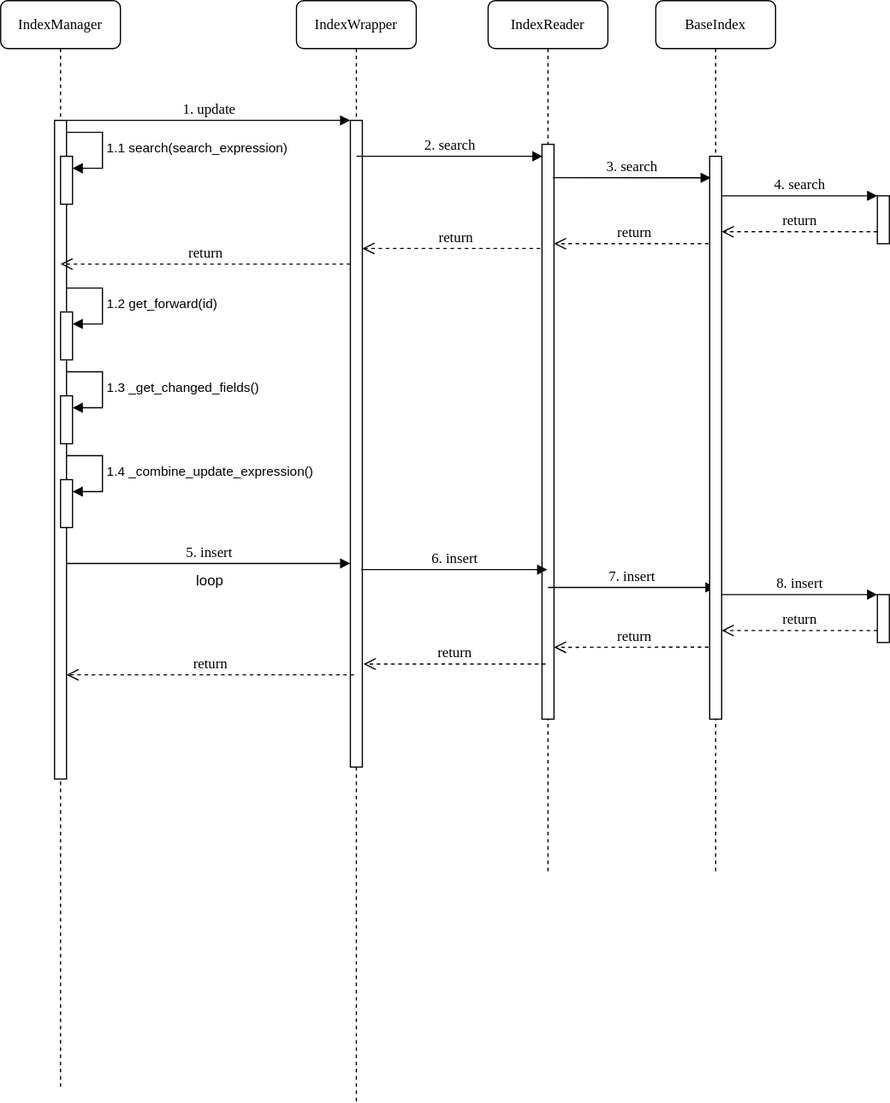
The draw.io diagram memdb_update时序图.drawio.svg in gaochenxi/drawio, before a commit. Source tidied: cells renumbered, new cells last; positions are measured from the earlier drawing's top-left corner, leaving out a move shared by most shapes.
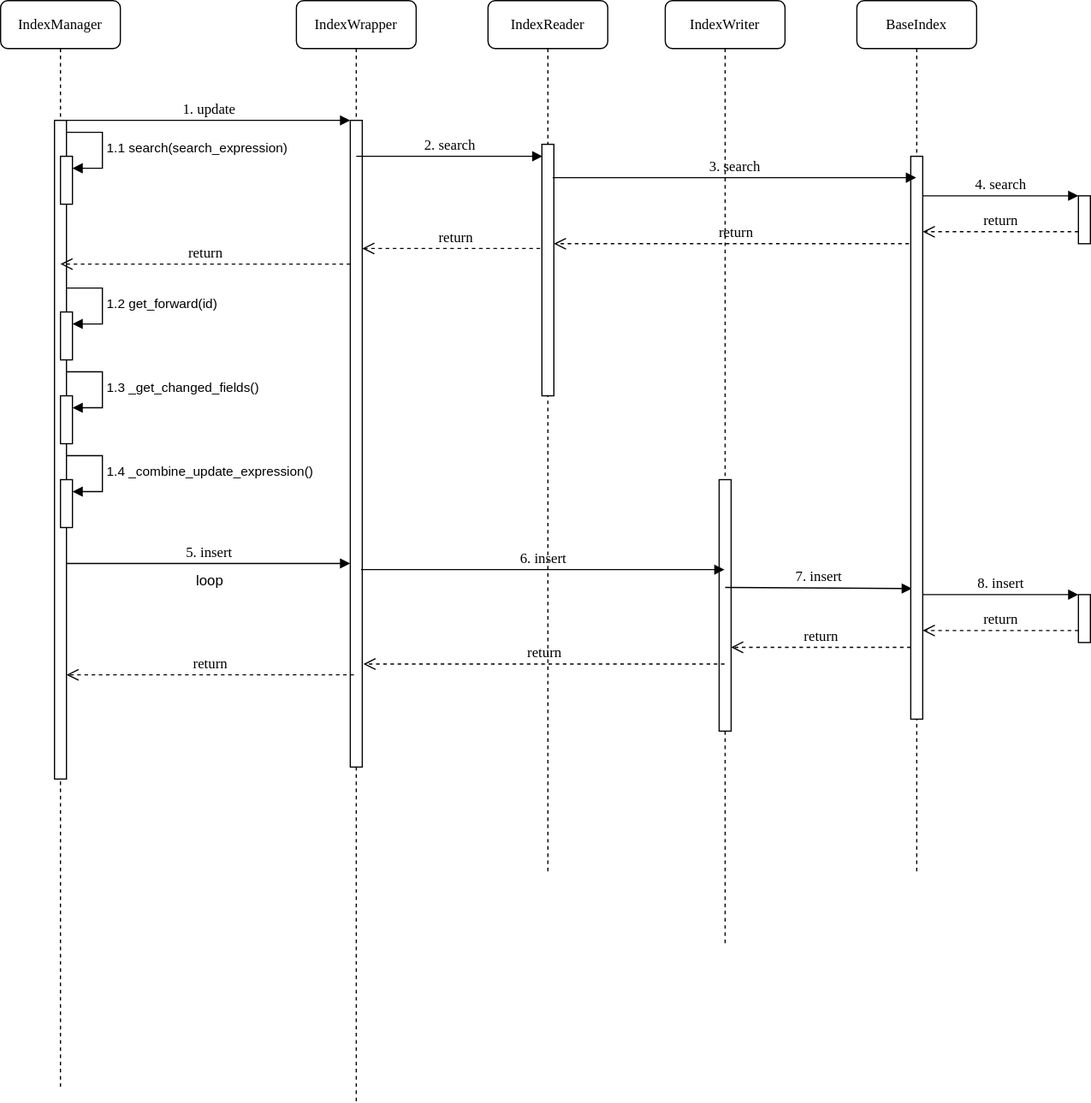
After the change.

Commit message:
更新memdb_update时序图.drawio.svg

Diff of the diagram source:
```diff
@@ -2,6 +2,25 @@
   <root>
     <mxCell id="0" />
     <mxCell id="1" parent="0" />
+    <mxCell id="41" value="IndexWriter" style="shape=umlLifeline;perimeter=lifelinePerimeter;whiteSpace=wrap;html=1;outlineConnect=0;rounded=1;shadow=0;comic=0;labelBackgroundColor=none;strokeWidth=1;fontFamily=Verdana;fontSize=12;align=center;" parent="1" vertex="1">
+      <mxGeometry x="555" width="100" height="790" as="geometry" />
+    </mxCell>
+    <mxCell id="42" style="html=1;perimeter=orthogonalPerimeter;rounded=0;shadow=0;comic=0;labelBackgroundColor=none;strokeWidth=1;fontFamily=Verdana;fontSize=12;align=center;" parent="41" vertex="1">
+      <mxGeometry x="45" y="400" width="10" height="210" as="geometry" />
+    </mxCell>
+    <mxCell id="9" value="7. insert" style="html=1;verticalAlign=bottom;endArrow=block;labelBackgroundColor=none;fontFamily=Verdana;fontSize=12;elbow=vertical;entryX=0.1;entryY=0.768;entryDx=0;entryDy=0;entryPerimeter=0;" parent="41" edge="1" target="28">
+      <mxGeometry relative="1" as="geometry">
+        <mxPoint x="50" y="490" as="sourcePoint" />
+      </mxGeometry>
+    </mxCell>
+    <mxCell id="10" value="return" style="html=1;verticalAlign=bottom;endArrow=open;dashed=1;endSize=8;labelBackgroundColor=none;fontFamily=Verdana;fontSize=12;edgeStyle=elbowEdgeStyle;elbow=vertical;" parent="41" edge="1" source="28">
+      <mxGeometry relative="1" as="geometry">
+        <mxPoint x="55" y="540" as="targetPoint" />
+        <Array as="points">
+          <mxPoint x="160" y="540" />
+        </Array>
+      </mxGeometry>
+    </mxCell>
     <mxCell id="2" value="IndexWrapper" style="shape=umlLifeline;perimeter=lifelinePerimeter;whiteSpace=wrap;html=1;rounded=1;shadow=0;comic=0;labelBackgroundColor=none;strokeWidth=1;fontFamily=Verdana;fontSize=12;align=center;" parent="1" vertex="1">
       <mxGeometry x="247" width="100" height="920" as="geometry" />
     </mxCell>
@@ -24,30 +43,15 @@
       <mxGeometry x="407" width="100" height="730" as="geometry" />
     </mxCell>
     <mxCell id="7" style="html=1;perimeter=orthogonalPerimeter;rounded=0;shadow=0;comic=0;labelBackgroundColor=none;strokeWidth=1;fontFamily=Verdana;fontSize=12;align=center;" parent="6" vertex="1">
-      <mxGeometry x="45" y="120" width="10" height="480" as="geometry" />
+      <mxGeometry x="45" y="120" width="10" height="210" as="geometry" />
     </mxCell>
-    <mxCell id="8" value="return" style="html=1;verticalAlign=bottom;endArrow=open;dashed=1;endSize=8;labelBackgroundColor=none;fontFamily=Verdana;fontSize=12;elbow=vertical;exitX=0.5;exitY=0.667;exitDx=0;exitDy=0;exitPerimeter=0;" parent="6" edge="1">
+    <mxCell id="8" value="return" style="html=1;verticalAlign=bottom;endArrow=open;dashed=1;endSize=8;labelBackgroundColor=none;fontFamily=Verdana;fontSize=12;elbow=vertical;" parent="6" edge="1" source="11">
       <mxGeometry relative="1" as="geometry">
-        <mxPoint x="190" y="203" as="sourcePoint" />
         <mxPoint x="55" y="203" as="targetPoint" />
       </mxGeometry>
     </mxCell>
-    <mxCell id="9" value="7. insert" style="html=1;verticalAlign=bottom;endArrow=block;labelBackgroundColor=none;fontFamily=Verdana;fontSize=12;elbow=vertical;" parent="6" edge="1">
-      <mxGeometry relative="1" as="geometry">
-        <mxPoint x="50" y="490" as="sourcePoint" />
-        <mxPoint x="190" y="490" as="targetPoint" />
-      </mxGeometry>
-    </mxCell>
-    <mxCell id="10" value="return" style="html=1;verticalAlign=bottom;endArrow=open;dashed=1;endSize=8;labelBackgroundColor=none;fontFamily=Verdana;fontSize=12;edgeStyle=elbowEdgeStyle;elbow=vertical;exitX=0.5;exitY=0.872;exitDx=0;exitDy=0;exitPerimeter=0;" parent="6" edge="1" source="28">
-      <mxGeometry relative="1" as="geometry">
-        <mxPoint x="55" y="540" as="targetPoint" />
-        <Array as="points">
-          <mxPoint x="160" y="540" />
-        </Array>
-      </mxGeometry>
-    </mxCell>
     <mxCell id="11" value="BaseIndex" style="shape=umlLifeline;perimeter=lifelinePerimeter;whiteSpace=wrap;html=1;outlineConnect=0;rounded=1;shadow=0;comic=0;labelBackgroundColor=none;strokeWidth=1;fontFamily=Verdana;fontSize=12;align=center;" parent="1" vertex="1">
-      <mxGeometry x="547" width="100" height="730" as="geometry" />
+      <mxGeometry x="715" width="100" height="730" as="geometry" />
     </mxCell>
     <mxCell id="12" value="IndexManager" style="shape=umlLifeline;perimeter=lifelinePerimeter;whiteSpace=wrap;html=1;rounded=1;shadow=0;comic=0;labelBackgroundColor=none;strokeWidth=1;fontFamily=Verdana;fontSize=12;align=center;" parent="1" vertex="1">
       <mxGeometry width="100" height="910" as="geometry" />
@@ -124,31 +128,30 @@
       </mxGeometry>
     </mxCell>
     <mxCell id="28" style="html=1;points=[];perimeter=orthogonalPerimeter;rounded=0;shadow=0;comic=0;labelBackgroundColor=none;strokeWidth=1;fontFamily=Verdana;fontSize=12;align=center;" parent="1" vertex="1">
-      <mxGeometry x="592" y="130" width="10" height="470" as="geometry" />
+      <mxGeometry x="760" y="130" width="10" height="470" as="geometry" />
     </mxCell>
-    <mxCell id="29" value="3. search" style="html=1;verticalAlign=bottom;endArrow=block;labelBackgroundColor=none;fontFamily=Verdana;fontSize=12;elbow=vertical;exitX=0.9;exitY=0.086;exitDx=0;exitDy=0;exitPerimeter=0;entryX=0.1;entryY=0.046;entryDx=0;entryDy=0;entryPerimeter=0;" parent="1" edge="1">
+    <mxCell id="29" value="3. search" style="html=1;verticalAlign=bottom;endArrow=block;labelBackgroundColor=none;fontFamily=Verdana;fontSize=12;elbow=vertical;exitX=0.9;exitY=0.086;exitDx=0;exitDy=0;exitPerimeter=0;" parent="1" edge="1" target="11">
       <mxGeometry relative="1" as="geometry">
         <mxPoint x="461" y="147.8" as="sourcePoint" />
-        <mxPoint x="593" y="147.9" as="targetPoint" />
       </mxGeometry>
     </mxCell>
     <mxCell id="30" style="html=1;points=[];perimeter=orthogonalPerimeter;rounded=0;shadow=0;comic=0;labelBackgroundColor=none;strokeWidth=1;fontFamily=Verdana;fontSize=12;align=center;" parent="1" vertex="1">
-      <mxGeometry x="732" y="163" width="10" height="40" as="geometry" />
+      <mxGeometry x="900" y="163" width="10" height="40" as="geometry" />
     </mxCell>
     <mxCell id="31" value="4. search" style="html=1;verticalAlign=bottom;endArrow=block;entryX=0;entryY=0;labelBackgroundColor=none;fontFamily=Verdana;fontSize=12;edgeStyle=elbowEdgeStyle;elbow=vertical;" parent="1" edge="1" target="30">
       <mxGeometry relative="1" as="geometry">
-        <mxPoint x="602" y="163" as="sourcePoint" />
+        <mxPoint x="770" y="163" as="sourcePoint" />
         <Array as="points">
-          <mxPoint x="627" y="163" />
+          <mxPoint x="795" y="163" />
         </Array>
       </mxGeometry>
     </mxCell>
     <mxCell id="32" value="return" style="html=1;verticalAlign=bottom;endArrow=open;dashed=1;endSize=8;labelBackgroundColor=none;fontFamily=Verdana;fontSize=12;edgeStyle=elbowEdgeStyle;elbow=vertical;" parent="1" edge="1" source="30">
       <mxGeometry relative="1" as="geometry">
-        <mxPoint x="602" y="193" as="targetPoint" />
+        <mxPoint x="770" y="193" as="targetPoint" />
         <Array as="points">
-          <mxPoint x="677" y="193" />
-          <mxPoint x="707" y="193" />
+          <mxPoint x="845" y="193" />
+          <mxPoint x="875" y="193" />
         </Array>
       </mxGeometry>
     </mxCell>
@@ -156,25 +159,24 @@
       <mxGeometry relative="1" as="geometry" />
     </mxCell>
     <mxCell id="34" style="html=1;points=[];perimeter=orthogonalPerimeter;rounded=0;shadow=0;comic=0;labelBackgroundColor=none;strokeWidth=1;fontFamily=Verdana;fontSize=12;align=center;" parent="1" vertex="1">
-      <mxGeometry x="732" y="496" width="10" height="40" as="geometry" />
+      <mxGeometry x="900" y="496" width="10" height="40" as="geometry" />
     </mxCell>
     <mxCell id="35" value="8. insert" style="html=1;verticalAlign=bottom;endArrow=block;entryX=0;entryY=0;labelBackgroundColor=none;fontFamily=Verdana;fontSize=12;edgeStyle=elbowEdgeStyle;elbow=vertical;" parent="1" edge="1" target="34">
       <mxGeometry relative="1" as="geometry">
-        <mxPoint x="602" y="496" as="sourcePoint" />
+        <mxPoint x="770" y="496" as="sourcePoint" />
       </mxGeometry>
     </mxCell>
     <mxCell id="36" value="return" style="html=1;verticalAlign=bottom;endArrow=open;dashed=1;endSize=8;labelBackgroundColor=none;fontFamily=Verdana;fontSize=12;edgeStyle=elbowEdgeStyle;elbow=vertical;" parent="1" edge="1" source="34">
       <mxGeometry relative="1" as="geometry">
-        <mxPoint x="602" y="526" as="targetPoint" />
+        <mxPoint x="770" y="526" as="targetPoint" />
         <Array as="points">
-          <mxPoint x="677" y="526" />
-          <mxPoint x="707" y="526" />
+          <mxPoint x="845" y="526" />
+          <mxPoint x="875" y="526" />
         </Array>
       </mxGeometry>
     </mxCell>
-    <mxCell id="37" value="return" style="html=1;verticalAlign=bottom;endArrow=open;dashed=1;endSize=8;labelBackgroundColor=none;fontFamily=Verdana;fontSize=12;elbow=vertical;entryX=1.1;entryY=0.924;entryDx=0;entryDy=0;entryPerimeter=0;" parent="1" edge="1">
+    <mxCell id="37" value="return" style="html=1;verticalAlign=bottom;endArrow=open;dashed=1;endSize=8;labelBackgroundColor=none;fontFamily=Verdana;fontSize=12;elbow=vertical;entryX=1.1;entryY=0.924;entryDx=0;entryDy=0;entryPerimeter=0;" parent="1" edge="1" source="41">
       <mxGeometry relative="1" as="geometry">
-        <mxPoint x="455" y="554" as="sourcePoint" />
         <mxPoint x="303" y="554" as="targetPoint" />
       </mxGeometry>
     </mxCell>
@@ -183,7 +185,7 @@
         <mxPoint x="50" y="220" as="targetPoint" />
       </mxGeometry>
     </mxCell>
-    <mxCell id="39" value="6. insert" style="html=1;verticalAlign=bottom;endArrow=block;labelBackgroundColor=none;fontFamily=Verdana;fontSize=12;elbow=vertical;exitX=0.9;exitY=0.778;exitDx=0;exitDy=0;exitPerimeter=0;" parent="1" edge="1" target="6">
+    <mxCell id="39" value="6. insert" style="html=1;verticalAlign=bottom;endArrow=block;labelBackgroundColor=none;fontFamily=Verdana;fontSize=12;elbow=vertical;exitX=0.9;exitY=0.778;exitDx=0;exitDy=0;exitPerimeter=0;" parent="1" edge="1" target="41">
       <mxGeometry relative="1" as="geometry">
         <mxPoint x="301" y="475.1" as="sourcePoint" />
       </mxGeometry>
```
